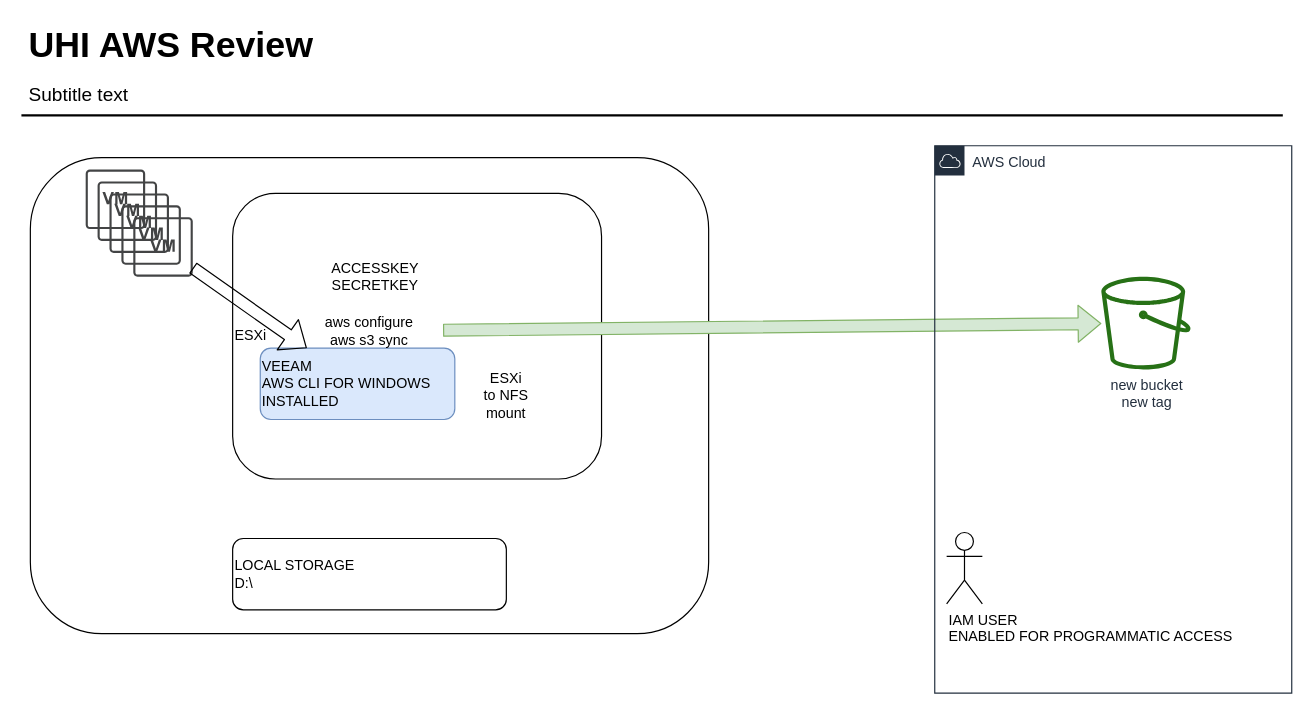
taupoali/awsdiagrams keeps this draw.io diagram as page "AWS CLI" (6 of 12) of uhi.drawio. Above is the earlier version. Source tidied: cells renumbered, new cells numbered last; positions are measured from the earlier drawing's top-left corner, leaving out a move shared by most shapes. Both pictures are drawn from the tidied source at 119%, with x=0, y=0 at pixel (20, 19).
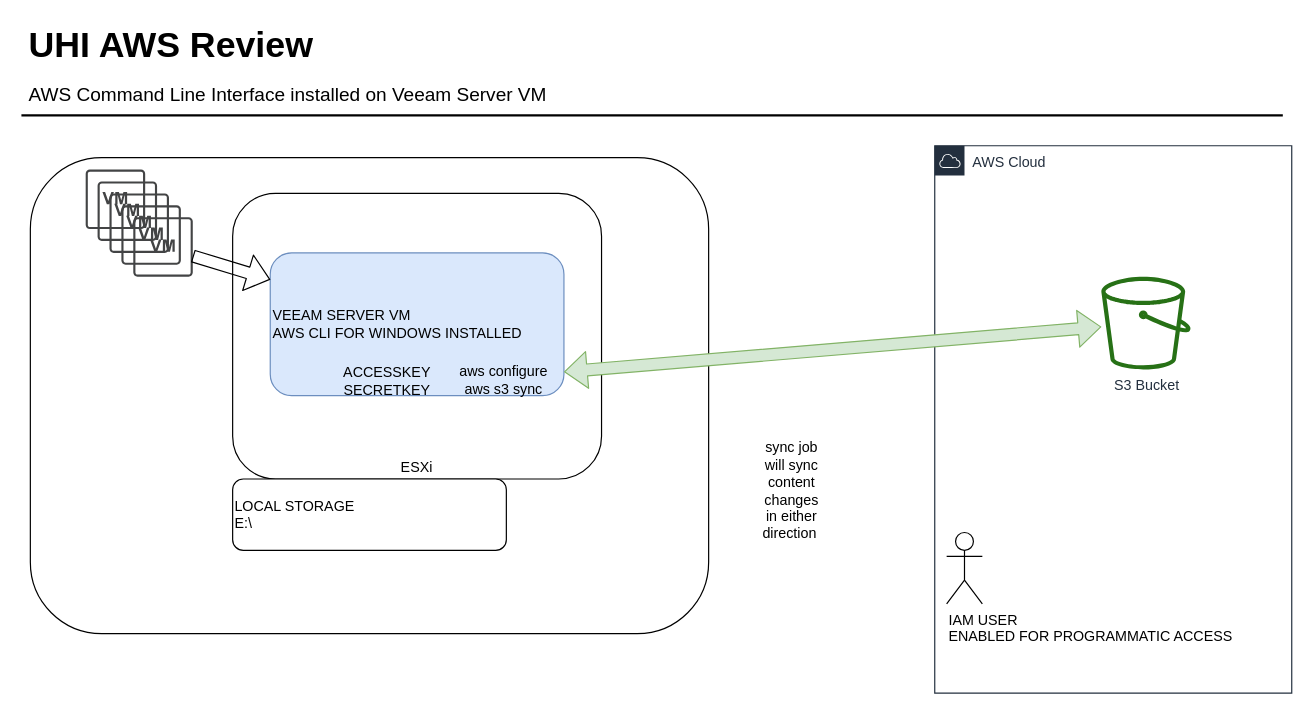
The same page after the edit.

Change to the diagram source:
```diff
@@
+    <mxCell id="21" value="AWS Cloud" style="gradientColor=none;html=1;whiteSpace=wrap;fontSize=12;fontStyle=0;shape=mxgraph.aws4.group;grIcon=mxgraph.aws4.group_aws_cloud;strokeColor=#232F3E;fillColor=none;verticalAlign=top;align=left;spacingLeft=30;fontColor=#232F3E;dashed=0;" parent="1" vertex="1">
+      <mxGeometry x="768" y="106" width="300" height="460" as="geometry" />
+    </mxCell>
@@
-    <mxCell id="3" value="ESXi" style="rounded=1;whiteSpace=wrap;html=1;align=left;" parent="1" vertex="1">
+    <mxCell id="3" value="ESXi" style="rounded=1;whiteSpace=wrap;html=1;align=center;verticalAlign=bottom;" parent="1" vertex="1">
       <mxGeometry x="178" y="146" width="310" height="240" as="geometry" />
     </mxCell>
@@
-    <mxCell id="5" value="Subtitle text&lt;br style=&quot;font-size: 16px&quot;&gt;" style="text;html=1;align=left;verticalAlign=top;spacingTop=-4;fontSize=16;" parent="1" vertex="1">
-      <mxGeometry x="4.5" y="50.5" width="100" height="20" as="geometry" />
+    <mxCell id="5" value="AWS Command Line Interface installed on Veeam Server VM" style="text;html=1;align=left;verticalAlign=top;spacingTop=-4;fontSize=16;" parent="1" vertex="1">
+      <mxGeometry x="4.5" y="50.5" width="450" height="20" as="geometry" />
     </mxCell>
@@
-    <mxCell id="12" value="VEEAM&lt;br&gt;AWS CLI FOR WINDOWS INSTALLED" style="rounded=1;whiteSpace=wrap;html=1;align=left;fillColor=#dae8fc;strokeColor=#6c8ebf;" parent="1" vertex="1">
-      <mxGeometry x="201.2" y="276" width="163.5" height="60" as="geometry" />
+    <mxCell id="12" value="VEEAM SERVER VM&lt;br&gt;AWS CLI FOR WINDOWS INSTALLED" style="rounded=1;whiteSpace=wrap;html=1;align=left;fillColor=#dae8fc;strokeColor=#6c8ebf;" parent="1" vertex="1">
+      <mxGeometry x="209.6" y="196" width="246.8" height="120" as="geometry" />
     </mxCell>
@@
-    <mxCell id="14" value="new bucket&lt;br&gt;new tag" style="outlineConnect=0;fontColor=#232F3E;gradientColor=none;fillColor=#277116;strokeColor=none;dashed=0;verticalLabelPosition=bottom;verticalAlign=top;align=center;html=1;fontSize=12;fontStyle=0;shape=mxgraph.aws4.bucket;" parent="1" vertex="1">
+    <mxCell id="14" value="S3 Bucket" style="outlineConnect=0;fontColor=#232F3E;gradientColor=none;fillColor=#277116;strokeColor=none;dashed=0;verticalLabelPosition=bottom;verticalAlign=top;align=center;html=1;fontSize=12;fontStyle=0;shape=mxgraph.aws4.bucket;" parent="1" vertex="1">
       <mxGeometry x="908" y="216" width="75" height="78" as="geometry" />
     </mxCell>
-    <mxCell id="15" style="shape=flexArrow;endArrow=classic;html=1;fillColor=#d5e8d4;strokeColor=#82b366;exitX=1;exitY=0.25;exitDx=0;exitDy=0;" parent="1" edge="1" target="14">
-      <mxGeometry relative="1" as="geometry">
-        <mxPoint x="354.8" y="261" as="sourcePoint" />
-      </mxGeometry>
-    </mxCell>
-    <mxCell id="16" value="LOCAL STORAGE&lt;br&gt;D:\" style="rounded=1;whiteSpace=wrap;html=1;align=left;" parent="1" vertex="1">
-      <mxGeometry x="178" y="436" width="230" height="60" as="geometry" />
+    <mxCell id="16" value="LOCAL STORAGE&lt;br&gt;E:\" style="rounded=1;whiteSpace=wrap;html=1;align=left;" parent="1" vertex="1">
+      <mxGeometry x="178" y="386" width="230" height="60" as="geometry" />
     </mxCell>
-    <mxCell id="17" value="ESXi to NFS mount" style="text;html=1;strokeColor=none;fillColor=none;align=center;verticalAlign=middle;whiteSpace=wrap;rounded=0;" parent="1" vertex="1">
-      <mxGeometry x="388" y="306" width="40" height="20" as="geometry" />
-    </mxCell>
     <mxCell id="18" value="&lt;br&gt;aws configure&lt;br&gt;aws s3 sync&lt;br&gt;" style="text;html=1;strokeColor=none;fillColor=none;align=center;verticalAlign=middle;whiteSpace=wrap;rounded=0;" parent="1" vertex="1">
-      <mxGeometry x="243" y="245" width="100" height="20" as="geometry" />
+      <mxGeometry x="356.4" y="286" width="100" height="20" as="geometry" />
     </mxCell>
     <mxCell id="19" value="ACCESSKEY&lt;br&gt;SECRETKEY" style="text;html=1;strokeColor=none;fillColor=none;align=center;verticalAlign=middle;whiteSpace=wrap;rounded=0;" parent="1" vertex="1">
-      <mxGeometry x="278" y="206" width="40" height="20" as="geometry" />
+      <mxGeometry x="288" y="294" width="40" height="20" as="geometry" />
     </mxCell>
@@
-    <mxCell id="21" value="AWS Cloud" style="gradientColor=none;html=1;whiteSpace=wrap;fontSize=12;fontStyle=0;shape=mxgraph.aws4.group;grIcon=mxgraph.aws4.group_aws_cloud;strokeColor=#232F3E;fillColor=none;verticalAlign=top;align=left;spacingLeft=30;fontColor=#232F3E;dashed=0;" parent="1" vertex="1">
-      <mxGeometry x="768" y="106" width="300" height="460" as="geometry" />
-    </mxCell>
+    <mxCell id="22" value="sync job will sync content changes in either direction&amp;nbsp;" style="text;html=1;strokeColor=none;fillColor=none;align=center;verticalAlign=middle;whiteSpace=wrap;rounded=0;" parent="1" vertex="1">
+      <mxGeometry x="628" y="386" width="40" height="20" as="geometry" />
+    </mxCell>
+    <mxCell id="23" style="shape=flexArrow;endArrow=classic;startArrow=classic;html=1;exitX=1;exitY=0.5;exitDx=0;exitDy=0;fillColor=#d5e8d4;strokeColor=#82b366;" parent="1" edge="1" source="18" target="14">
+      <mxGeometry relative="1" as="geometry" />
+    </mxCell>
```
